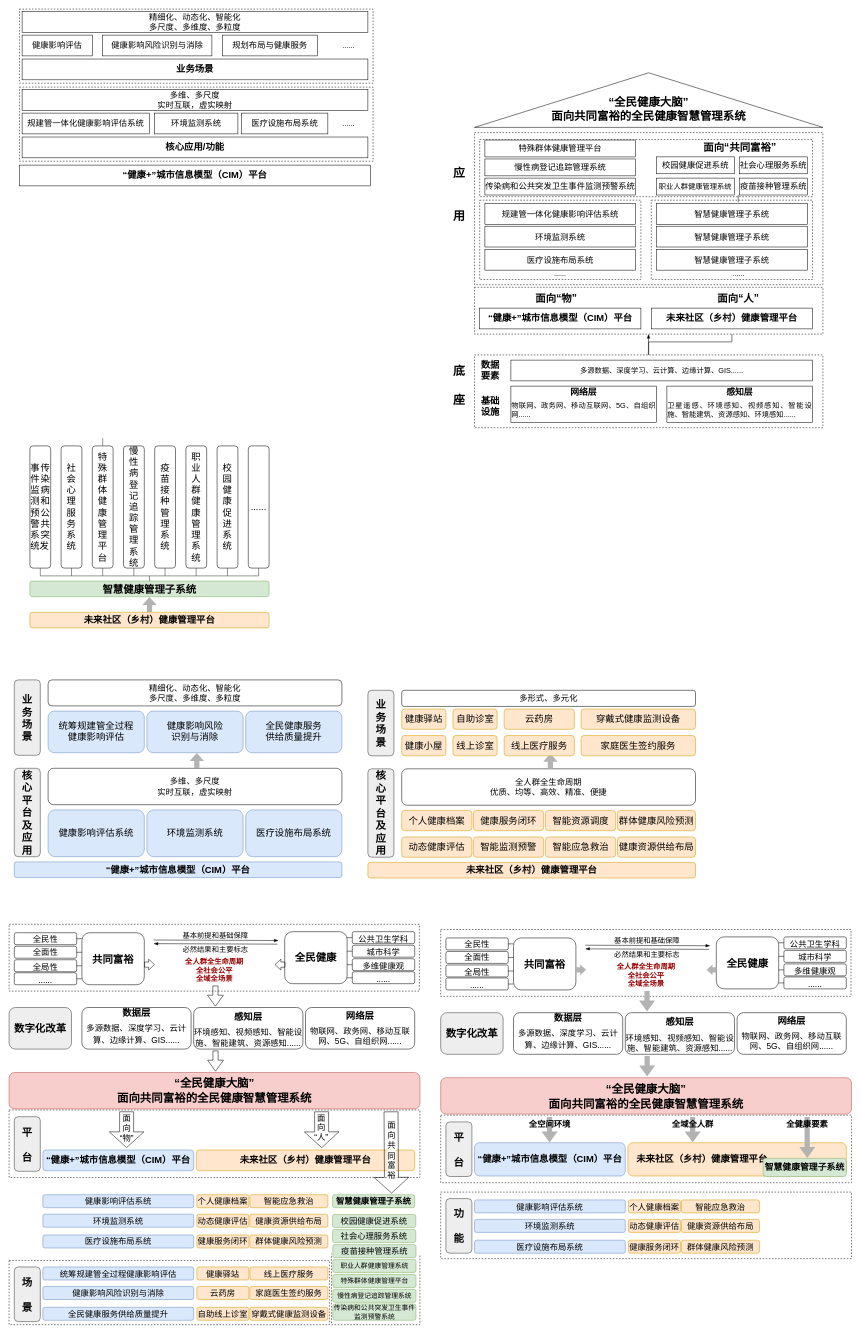
Before: 未命名绘图.drawio in linge630/practice, a draw.io diagram. Source tidied: cells renumbered, new cells numbered last; positions are measured from the earlier drawing's top-left corner, leaving out a move shared by most shapes. Both pictures are drawn from the tidied source at 52%, with x=0, y=0 at pixel (9, -74).
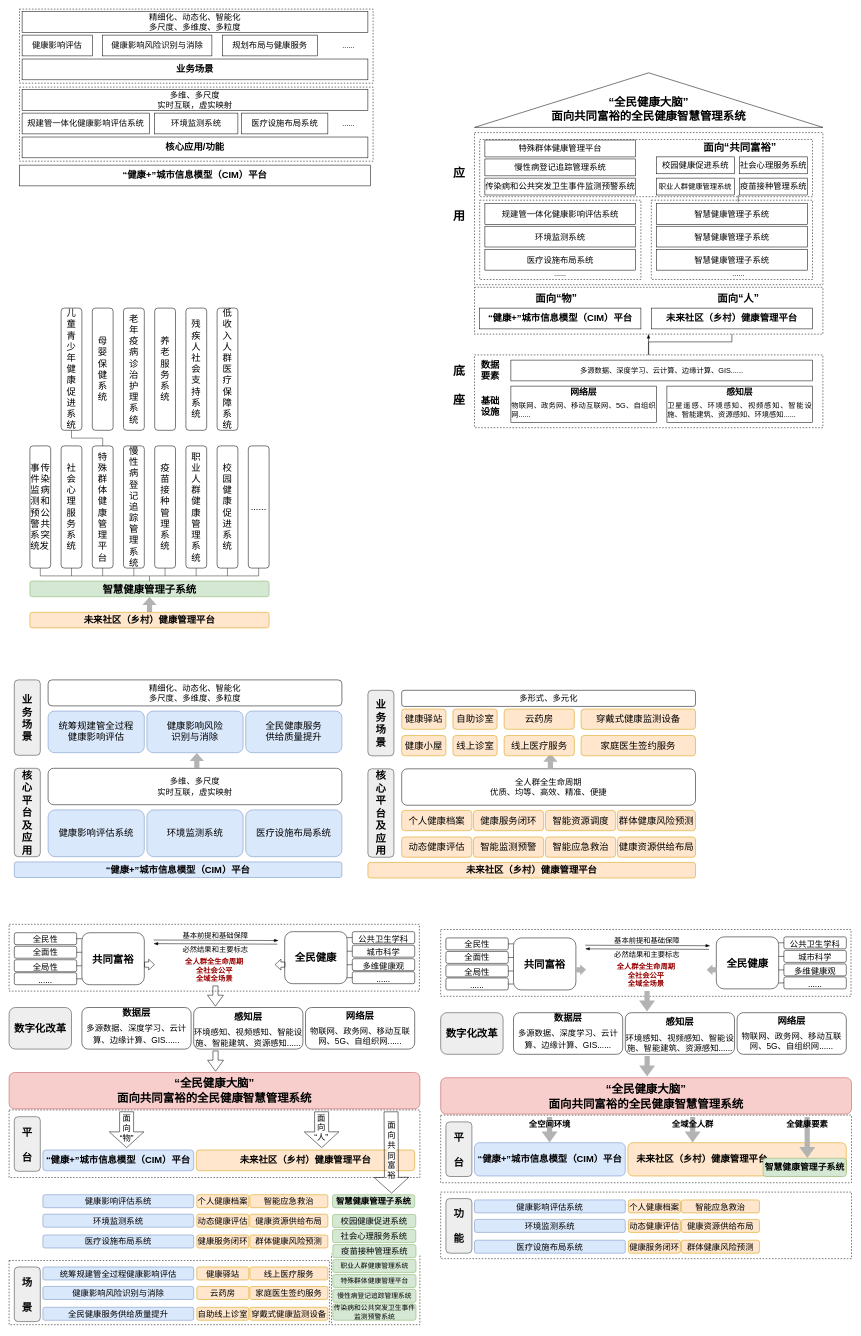
Above is the later version.

Change to the diagram source:
```diff
@@
-    <mxCell id="220" value="&lt;div style=&quot;text-align: justify; font-size: 18px;&quot;&gt;&lt;span style=&quot;font-family: 宋体; background-color: initial; font-size: 18px;&quot;&gt;特&lt;/span&gt;&lt;br style=&quot;font-size: 18px;&quot;&gt;&lt;/div&gt;&lt;div style=&quot;text-align: justify; font-size: 18px;&quot;&gt;&lt;font face=&quot;宋体&quot; style=&quot;font-size: 18px;&quot;&gt;殊&lt;/font&gt;&lt;/div&gt;&lt;div style=&quot;text-align: justify; font-size: 18px;&quot;&gt;&lt;font face=&quot;宋体&quot; style=&quot;font-size: 18px;&quot;&gt;群&lt;/font&gt;&lt;/div&gt;&lt;div style=&quot;text-align: justify; font-size: 18px;&quot;&gt;&lt;font face=&quot;宋体&quot; style=&quot;font-size: 18px;&quot;&gt;体&lt;/font&gt;&lt;/div&gt;&lt;div style=&quot;text-align: justify; font-size: 18px;&quot;&gt;&lt;font face=&quot;宋体&quot; style=&quot;font-size: 18px;&quot;&gt;健&lt;/font&gt;&lt;/div&gt;&lt;div style=&quot;text-align: justify; font-size: 18px;&quot;&gt;&lt;font face=&quot;宋体&quot; style=&quot;font-size: 18px;&quot;&gt;康&lt;/font&gt;&lt;/div&gt;&lt;div style=&quot;text-align: justify; font-size: 18px;&quot;&gt;管&lt;/div&gt;&lt;div style=&quot;text-align: justify; font-size: 18px;&quot;&gt;&lt;font face=&quot;宋体&quot; style=&quot;font-size: 18px;&quot;&gt;理&lt;/font&gt;&lt;/div&gt;&lt;div style=&quot;text-align: justify; font-size: 18px;&quot;&gt;&lt;font face=&quot;宋体&quot; style=&quot;font-size: 18px;&quot;&gt;平&lt;/font&gt;&lt;/div&gt;&lt;div style=&quot;text-align: justify; font-size: 18px;&quot;&gt;&lt;font face=&quot;宋体&quot; style=&quot;font-size: 18px;&quot;&gt;台&lt;/font&gt;&lt;/div&gt;" style="rounded=1;whiteSpace=wrap;html=1;fontSize=18;fontStyle=0;" parent="1" vertex="1">
-      <mxGeometry x="160" y="1000" width="40" height="235" as="geometry" />
-    </mxCell>
@@
     <mxCell id="238" style="endArrow=none;html=1;rounded=0;fontSize=18;strokeColor=#333333;fillColor=#B3B3B3;" parent="1" edge="1">
       <mxGeometry relative="1" as="geometry">
-        <mxPoint x="180" y="1000" as="sourcePoint" />
+        <mxPoint x="180" y="1005" as="sourcePoint" />
         <mxPoint x="180" y="985" as="targetPoint" />
       </mxGeometry>
     </mxCell>
+    <mxCell id="239" style="endArrow=none;html=1;rounded=0;fontSize=18;strokeColor=#333333;fillColor=#B3B3B3;" parent="1" edge="1">
+      <mxGeometry relative="1" as="geometry">
+        <mxPoint x="180" y="985" as="sourcePoint" />
+        <mxPoint x="120" y="985" as="targetPoint" />
+      </mxGeometry>
+    </mxCell>
+    <mxCell id="220" value="&lt;div style=&quot;text-align: justify; font-size: 18px;&quot;&gt;&lt;span style=&quot;font-family: 宋体; background-color: initial; font-size: 18px;&quot;&gt;特&lt;/span&gt;&lt;br style=&quot;font-size: 18px;&quot;&gt;&lt;/div&gt;&lt;div style=&quot;text-align: justify; font-size: 18px;&quot;&gt;&lt;font face=&quot;宋体&quot; style=&quot;font-size: 18px;&quot;&gt;殊&lt;/font&gt;&lt;/div&gt;&lt;div style=&quot;text-align: justify; font-size: 18px;&quot;&gt;&lt;font face=&quot;宋体&quot; style=&quot;font-size: 18px;&quot;&gt;群&lt;/font&gt;&lt;/div&gt;&lt;div style=&quot;text-align: justify; font-size: 18px;&quot;&gt;&lt;font face=&quot;宋体&quot; style=&quot;font-size: 18px;&quot;&gt;体&lt;/font&gt;&lt;/div&gt;&lt;div style=&quot;text-align: justify; font-size: 18px;&quot;&gt;&lt;font face=&quot;宋体&quot; style=&quot;font-size: 18px;&quot;&gt;健&lt;/font&gt;&lt;/div&gt;&lt;div style=&quot;text-align: justify; font-size: 18px;&quot;&gt;&lt;font face=&quot;宋体&quot; style=&quot;font-size: 18px;&quot;&gt;康&lt;/font&gt;&lt;/div&gt;&lt;div style=&quot;text-align: justify; font-size: 18px;&quot;&gt;管&lt;/div&gt;&lt;div style=&quot;text-align: justify; font-size: 18px;&quot;&gt;&lt;font face=&quot;宋体&quot; style=&quot;font-size: 18px;&quot;&gt;理&lt;/font&gt;&lt;/div&gt;&lt;div style=&quot;text-align: justify; font-size: 18px;&quot;&gt;&lt;font face=&quot;宋体&quot; style=&quot;font-size: 18px;&quot;&gt;平&lt;/font&gt;&lt;/div&gt;&lt;div style=&quot;text-align: justify; font-size: 18px;&quot;&gt;&lt;font face=&quot;宋体&quot; style=&quot;font-size: 18px;&quot;&gt;台&lt;/font&gt;&lt;/div&gt;" style="rounded=1;whiteSpace=wrap;html=1;fontSize=18;fontStyle=0;" parent="1" vertex="1">
+      <mxGeometry x="160" y="1000" width="40" height="235" as="geometry" />
+    </mxCell>
+    <mxCell id="240" style="endArrow=none;html=1;rounded=0;fontSize=18;strokeColor=#333333;fillColor=#B3B3B3;exitX=0.5;exitY=1;exitDx=0;exitDy=0;" parent="1" edge="1">
+      <mxGeometry relative="1" as="geometry">
+        <mxPoint x="120" y="965" as="sourcePoint" />
+        <mxPoint x="120" y="985" as="targetPoint" />
+      </mxGeometry>
+    </mxCell>
+    <mxCell id="241" value="&lt;div style=&quot;text-align: justify; font-size: 18px;&quot;&gt;&lt;font face=&quot;宋体&quot;&gt;儿&lt;/font&gt;&lt;/div&gt;&lt;div style=&quot;text-align: justify; font-size: 18px;&quot;&gt;&lt;font face=&quot;宋体&quot;&gt;童&lt;/font&gt;&lt;/div&gt;&lt;div style=&quot;text-align: justify; font-size: 18px;&quot;&gt;&lt;font face=&quot;宋体&quot;&gt;青&lt;/font&gt;&lt;/div&gt;&lt;div style=&quot;text-align: justify; font-size: 18px;&quot;&gt;&lt;font face=&quot;宋体&quot;&gt;少&lt;/font&gt;&lt;/div&gt;&lt;div style=&quot;text-align: justify; font-size: 18px;&quot;&gt;&lt;font face=&quot;宋体&quot;&gt;年&lt;/font&gt;&lt;/div&gt;&lt;div style=&quot;text-align: justify; font-size: 18px;&quot;&gt;&lt;font face=&quot;宋体&quot;&gt;健&lt;/font&gt;&lt;/div&gt;&lt;div style=&quot;text-align: justify; font-size: 18px;&quot;&gt;&lt;font face=&quot;宋体&quot;&gt;康&lt;/font&gt;&lt;/div&gt;&lt;div style=&quot;text-align: justify; font-size: 18px;&quot;&gt;&lt;font face=&quot;宋体&quot;&gt;促&lt;/font&gt;&lt;/div&gt;&lt;div style=&quot;text-align: justify; font-size: 18px;&quot;&gt;&lt;font face=&quot;宋体&quot;&gt;进&lt;/font&gt;&lt;/div&gt;&lt;div style=&quot;text-align: justify; font-size: 18px;&quot;&gt;&lt;font face=&quot;宋体&quot;&gt;系&lt;/font&gt;&lt;/div&gt;&lt;div style=&quot;text-align: justify; font-size: 18px;&quot;&gt;&lt;font face=&quot;宋体&quot;&gt;统&lt;/font&gt;&lt;/div&gt;" style="rounded=1;whiteSpace=wrap;html=1;fontSize=18;fontStyle=0;" parent="1" vertex="1">
+      <mxGeometry x="100" y="735" width="40" height="235" as="geometry" />
+    </mxCell>
+    <mxCell id="242" value="&lt;div style=&quot;text-align: justify; font-size: 18px;&quot;&gt;&lt;font face=&quot;宋体&quot;&gt;母&lt;/font&gt;&lt;/div&gt;&lt;div style=&quot;text-align: justify; font-size: 18px;&quot;&gt;&lt;font face=&quot;宋体&quot;&gt;婴&lt;/font&gt;&lt;/div&gt;&lt;div style=&quot;text-align: justify; font-size: 18px;&quot;&gt;&lt;font face=&quot;宋体&quot;&gt;保&lt;/font&gt;&lt;/div&gt;&lt;div style=&quot;text-align: justify; font-size: 18px;&quot;&gt;&lt;font face=&quot;宋体&quot;&gt;健&lt;/font&gt;&lt;/div&gt;&lt;div style=&quot;text-align: justify; font-size: 18px;&quot;&gt;&lt;font face=&quot;宋体&quot;&gt;系&lt;/font&gt;&lt;/div&gt;&lt;div style=&quot;text-align: justify; font-size: 18px;&quot;&gt;&lt;font face=&quot;宋体&quot;&gt;统&lt;/font&gt;&lt;/div&gt;" style="rounded=1;whiteSpace=wrap;html=1;fontSize=18;fontStyle=0;" parent="1" vertex="1">
+      <mxGeometry x="160" y="735" width="40" height="235" as="geometry" />
+    </mxCell>
+    <mxCell id="243" value="&lt;div style=&quot;text-align: justify; font-size: 18px;&quot;&gt;&lt;font face=&quot;宋体&quot;&gt;老&lt;/font&gt;&lt;/div&gt;&lt;div style=&quot;text-align: justify; font-size: 18px;&quot;&gt;&lt;font face=&quot;宋体&quot;&gt;年&lt;/font&gt;&lt;/div&gt;&lt;div style=&quot;text-align: justify; font-size: 18px;&quot;&gt;&lt;font face=&quot;宋体&quot;&gt;疫&lt;/font&gt;&lt;/div&gt;&lt;div style=&quot;text-align: justify; font-size: 18px;&quot;&gt;&lt;font face=&quot;宋体&quot;&gt;病&lt;/font&gt;&lt;/div&gt;&lt;div style=&quot;text-align: justify; font-size: 18px;&quot;&gt;&lt;font face=&quot;宋体&quot;&gt;诊&lt;/font&gt;&lt;/div&gt;&lt;div style=&quot;text-align: justify; font-size: 18px;&quot;&gt;&lt;font face=&quot;宋体&quot;&gt;治&lt;/font&gt;&lt;/div&gt;&lt;div style=&quot;text-align: justify; font-size: 18px;&quot;&gt;&lt;font face=&quot;宋体&quot;&gt;护&lt;/font&gt;&lt;/div&gt;&lt;div style=&quot;text-align: justify; font-size: 18px;&quot;&gt;&lt;font face=&quot;宋体&quot;&gt;理&lt;/font&gt;&lt;/div&gt;&lt;div style=&quot;text-align: justify; font-size: 18px;&quot;&gt;&lt;font face=&quot;宋体&quot;&gt;系&lt;/font&gt;&lt;/div&gt;&lt;div style=&quot;text-align: justify; font-size: 18px;&quot;&gt;&lt;font face=&quot;宋体&quot;&gt;统&lt;/font&gt;&lt;/div&gt;" style="rounded=1;whiteSpace=wrap;html=1;fontSize=18;fontStyle=0;" parent="1" vertex="1">
+      <mxGeometry x="220" y="735" width="40" height="235" as="geometry" />
+    </mxCell>
+    <mxCell id="244" value="&lt;div style=&quot;text-align: justify; font-size: 18px;&quot;&gt;&lt;font face=&quot;宋体&quot;&gt;养&lt;/font&gt;&lt;/div&gt;&lt;div style=&quot;text-align: justify; font-size: 18px;&quot;&gt;&lt;font face=&quot;宋体&quot;&gt;老&lt;/font&gt;&lt;/div&gt;&lt;div style=&quot;text-align: justify; font-size: 18px;&quot;&gt;&lt;font face=&quot;宋体&quot;&gt;服&lt;/font&gt;&lt;/div&gt;&lt;div style=&quot;text-align: justify; font-size: 18px;&quot;&gt;&lt;font face=&quot;宋体&quot;&gt;务&lt;/font&gt;&lt;/div&gt;&lt;div style=&quot;text-align: justify; font-size: 18px;&quot;&gt;&lt;font face=&quot;宋体&quot;&gt;系&lt;/font&gt;&lt;/div&gt;&lt;div style=&quot;text-align: justify; font-size: 18px;&quot;&gt;&lt;font face=&quot;宋体&quot;&gt;统&lt;/font&gt;&lt;/div&gt;" style="rounded=1;whiteSpace=wrap;html=1;fontSize=18;fontStyle=0;" parent="1" vertex="1">
+      <mxGeometry x="280" y="735" width="40" height="235" as="geometry" />
+    </mxCell>
+    <mxCell id="245" value="&lt;div style=&quot;text-align: justify; font-size: 18px;&quot;&gt;&lt;font face=&quot;宋体&quot;&gt;残&lt;/font&gt;&lt;/div&gt;&lt;div style=&quot;text-align: justify; font-size: 18px;&quot;&gt;&lt;font face=&quot;宋体&quot;&gt;疾&lt;/font&gt;&lt;/div&gt;&lt;div style=&quot;text-align: justify; font-size: 18px;&quot;&gt;&lt;font face=&quot;宋体&quot;&gt;人&lt;/font&gt;&lt;/div&gt;&lt;div style=&quot;text-align: justify; font-size: 18px;&quot;&gt;&lt;font face=&quot;宋体&quot;&gt;社&lt;/font&gt;&lt;/div&gt;&lt;div style=&quot;text-align: justify; font-size: 18px;&quot;&gt;&lt;font face=&quot;宋体&quot;&gt;会&lt;/font&gt;&lt;/div&gt;&lt;div style=&quot;text-align: justify; font-size: 18px;&quot;&gt;&lt;font face=&quot;宋体&quot;&gt;支&lt;/font&gt;&lt;/div&gt;&lt;div style=&quot;text-align: justify; font-size: 18px;&quot;&gt;&lt;font face=&quot;宋体&quot;&gt;持&lt;/font&gt;&lt;/div&gt;&lt;div style=&quot;text-align: justify; font-size: 18px;&quot;&gt;&lt;font face=&quot;宋体&quot;&gt;系&lt;/font&gt;&lt;/div&gt;&lt;div style=&quot;text-align: justify; font-size: 18px;&quot;&gt;&lt;font face=&quot;宋体&quot;&gt;统&lt;/font&gt;&lt;/div&gt;" style="rounded=1;whiteSpace=wrap;html=1;fontSize=18;fontStyle=0;" parent="1" vertex="1">
+      <mxGeometry x="340" y="735" width="40" height="235" as="geometry" />
+    </mxCell>
+    <mxCell id="246" value="&lt;div style=&quot;text-align: justify; font-size: 18px;&quot;&gt;&lt;font face=&quot;宋体&quot;&gt;低&lt;/font&gt;&lt;/div&gt;&lt;div style=&quot;text-align: justify; font-size: 18px;&quot;&gt;&lt;font face=&quot;宋体&quot;&gt;收&lt;/font&gt;&lt;/div&gt;&lt;div style=&quot;text-align: justify; font-size: 18px;&quot;&gt;&lt;font face=&quot;宋体&quot;&gt;入&lt;/font&gt;&lt;/div&gt;&lt;div style=&quot;text-align: justify; font-size: 18px;&quot;&gt;&lt;font face=&quot;宋体&quot;&gt;人&lt;/font&gt;&lt;/div&gt;&lt;div style=&quot;text-align: justify; font-size: 18px;&quot;&gt;&lt;font face=&quot;宋体&quot;&gt;群&lt;/font&gt;&lt;/div&gt;&lt;div style=&quot;text-align: justify; font-size: 18px;&quot;&gt;&lt;font face=&quot;宋体&quot;&gt;医&lt;/font&gt;&lt;/div&gt;&lt;div style=&quot;text-align: justify; font-size: 18px;&quot;&gt;&lt;font face=&quot;宋体&quot;&gt;疗&lt;/font&gt;&lt;/div&gt;&lt;div style=&quot;text-align: justify; font-size: 18px;&quot;&gt;&lt;font face=&quot;宋体&quot;&gt;保&lt;/font&gt;&lt;/div&gt;&lt;div style=&quot;text-align: justify; font-size: 18px;&quot;&gt;&lt;font face=&quot;宋体&quot;&gt;障&lt;/font&gt;&lt;/div&gt;&lt;div style=&quot;text-align: justify; font-size: 18px;&quot;&gt;&lt;font face=&quot;宋体&quot;&gt;系&lt;/font&gt;&lt;/div&gt;&lt;div style=&quot;text-align: justify; font-size: 18px;&quot;&gt;&lt;font face=&quot;宋体&quot;&gt;统&lt;/font&gt;&lt;/div&gt;" style="rounded=1;whiteSpace=wrap;html=1;fontSize=18;fontStyle=0;" parent="1" vertex="1">
+      <mxGeometry x="400" y="735" width="40" height="235" as="geometry" />
+    </mxCell>
```
